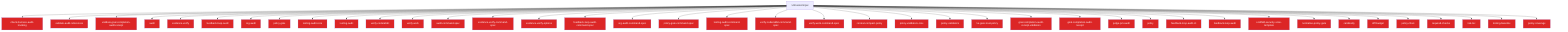
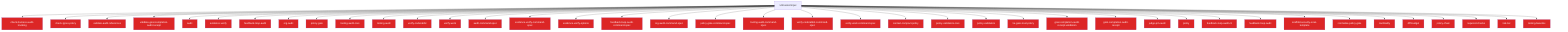
flowchart TD
  Untrusted["Untrusted input"]
  check_harness_audit_tracking_33e6a72e["check-harness-audit-tracking"]
  Untrusted --> check_harness_audit_tracking_33e6a72e
+   check_types_policy_cfbecf01["check-types-policy"]
+   Untrusted --> check_types_policy_cfbecf01
  validate_audit_references_811f872a["validate-audit-references"]
  Untrusted --> validate_audit_references_811f872a
  validate_goal_completion_audit_receipt_100d252c["validate-goal-completion-audit-receipt"]
  Untrusted --> validate_goal_completion_audit_receipt_100d252c
  audit_b81f37a0["audit"]
  Untrusted --> audit_b81f37a0
  evidence_verify_3b73c290["evidence-verify"]
  Untrusted --> evidence_verify_3b73c290
  feedback_loop_audit_0ac0ec9d["feedback-loop-audit"]
  Untrusted --> feedback_loop_audit_0ac0ec9d
  org_audit_d739e44b["org-audit"]
  Untrusted --> org_audit_d739e44b
  policy_gate_213f7313["policy-gate"]
  Untrusted --> policy_gate_213f7313
  tooling_audit_core_328d6a41["tooling-audit-core"]
  Untrusted --> tooling_audit_core_328d6a41
  tooling_audit_8a8239ff["tooling-audit"]
  Untrusted --> tooling_audit_8a8239ff
  verify_coderabbit_490b4e71["verify-coderabbit"]
  Untrusted --> verify_coderabbit_490b4e71
  verify_work_df70ecac["verify-work"]
  Untrusted --> verify_work_df70ecac
  audit_command_spec_5acf0149["audit-command-spec"]
  Untrusted --> audit_command_spec_5acf0149
  evidence_verify_command_spec_e1cbfea2["evidence-verify-command-spec"]
  Untrusted --> evidence_verify_command_spec_e1cbfea2
  evidence_verify_options_3505c520["evidence-verify-options"]
  Untrusted --> evidence_verify_options_3505c520
  feedback_loop_audit_command_spec_27e599c4["feedback-loop-audit-command-spec"]
  Untrusted --> feedback_loop_audit_command_spec_27e599c4
  org_audit_command_spec_1a570341["org-audit-command-spec"]
  Untrusted --> org_audit_command_spec_1a570341
  policy_gate_command_spec_71e8726a["policy-gate-command-spec"]
  Untrusted --> policy_gate_command_spec_71e8726a
  tooling_audit_command_spec_e0e57863["tooling-audit-command-spec"]
  Untrusted --> tooling_audit_command_spec_e0e57863
  verify_coderabbit_command_spec_68cc9ec5["verify-coderabbit-command-spec"]
  Untrusted --> verify_coderabbit_command_spec_68cc9ec5
  verify_work_command_spec_d6c94ac8["verify-work-command-spec"]
  Untrusted --> verify_work_command_spec_d6c94ac8
  context_compact_policy_3dcaf95d["context-compact-policy"]
  Untrusted --> context_compact_policy_3dcaf95d
  policy_validators_core_714a3fe7["policy-validators-core"]
  Untrusted --> policy_validators_core_714a3fe7
  policy_validators_6682e192["policy-validators"]
  Untrusted --> policy_validators_6682e192
  he_gate_trust_policy_b1126dfd["he-gate-trust-policy"]
  Untrusted --> he_gate_trust_policy_b1126dfd
  goal_completion_audit_receipt_validation_9d0f4891["goal-completion-audit-receipt-validation"]
  Untrusted --> goal_completion_audit_receipt_validation_9d0f4891
  goal_completion_audit_receipt_5e4939c3["goal-completion-audit-receipt"]
  Untrusted --> goal_completion_audit_receipt_5e4939c3
  judge_pm_audit_ccd20b35["judge-pm-audit"]
  Untrusted --> judge_pm_audit_ccd20b35
  policy_823412d1["policy"]
  Untrusted --> policy_823412d1
  feedback_loop_audit_cli_fd8f38dc["feedback-loop-audit-cli"]
  Untrusted --> feedback_loop_audit_cli_fd8f38dc
  feedback_loop_audit_1_c7be4304["feedback-loop-audit"]
  Untrusted --> feedback_loop_audit_1_c7be4304
  scaffold_security_scan_template_55bc7465["scaffold-security-scan-template"]
  Untrusted --> scaffold_security_scan_template_55bc7465
  normalise_policy_gate_90229693["normalise-policy-gate"]
  Untrusted --> normalise_policy_gate_90229693
  cardinality_ebef8aff["cardinality"]
  Untrusted --> cardinality_ebef8aff
  diff_budget_1_9f85eb1c["diff-budget"]
  Untrusted --> diff_budget_1_9f85eb1c
  policy_chain_0c92e343["policy-chain"]
  Untrusted --> policy_chain_0c92e343
  required_checks_46396214["required-checks"]
  Untrusted --> required_checks_46396214
  risk_tier_1_96b6ff91["risk-tier"]
  Untrusted --> risk_tier_1_96b6ff91
  tooling_baseline_50ab2eeb["tooling-baseline"]
  Untrusted --> tooling_baseline_50ab2eeb
-   policy_coverage_dab8febe["policy-coverage"]
-   Untrusted --> policy_coverage_dab8febe
  classDef securityNode fill:#dc2626,color:#fff
-   class check_harness_audit_tracking_33e6a72e,validate_audit_references_811f872a,validate_goal_completion_audit_receipt_100d252c,audit_b81f37a0,evidence_verify_3b73c290,feedback_loop_audit_0ac0ec9d,org_audit_d739e44b,policy_gate_213f7313,tooling_audit_core_328d6a41,tooling_audit_8a8239ff,verify_coderabbit_490b4e71,verify_work_df70ecac,audit_command_spec_5acf0149,evidence_verify_command_spec_e1cbfea2,evidence_verify_options_3505c520,feedback_loop_audit_command_spec_27e599c4,org_audit_command_spec_1a570341,policy_gate_command_spec_71e8726a,tooling_audit_command_spec_e0e57863,verify_coderabbit_command_spec_68cc9ec5,verify_work_command_spec_d6c94ac8,context_compact_policy_3dcaf95d,policy_validators_core_714a3fe7,policy_validators_6682e192,he_gate_trust_policy_b1126dfd,goal_completion_audit_receipt_validation_9d0f4891,goal_completion_audit_receipt_5e4939c3,judge_pm_audit_ccd20b35,policy_823412d1,feedback_loop_audit_cli_fd8f38dc,feedback_loop_audit_1_c7be4304,scaffold_security_scan_template_55bc7465,normalise_policy_gate_90229693,cardinality_ebef8aff,diff_budget_1_9f85eb1c,policy_chain_0c92e343,required_checks_46396214,risk_tier_1_96b6ff91,tooling_baseline_50ab2eeb,policy_coverage_dab8febe securityNode
+   class check_harness_audit_tracking_33e6a72e,check_types_policy_cfbecf01,validate_audit_references_811f872a,validate_goal_completion_audit_receipt_100d252c,audit_b81f37a0,evidence_verify_3b73c290,feedback_loop_audit_0ac0ec9d,org_audit_d739e44b,policy_gate_213f7313,tooling_audit_core_328d6a41,tooling_audit_8a8239ff,verify_coderabbit_490b4e71,verify_work_df70ecac,audit_command_spec_5acf0149,evidence_verify_command_spec_e1cbfea2,evidence_verify_options_3505c520,feedback_loop_audit_command_spec_27e599c4,org_audit_command_spec_1a570341,policy_gate_command_spec_71e8726a,tooling_audit_command_spec_e0e57863,verify_coderabbit_command_spec_68cc9ec5,verify_work_command_spec_d6c94ac8,context_compact_policy_3dcaf95d,policy_validators_core_714a3fe7,policy_validators_6682e192,he_gate_trust_policy_b1126dfd,goal_completion_audit_receipt_validation_9d0f4891,goal_completion_audit_receipt_5e4939c3,judge_pm_audit_ccd20b35,policy_823412d1,feedback_loop_audit_cli_fd8f38dc,feedback_loop_audit_1_c7be4304,scaffold_security_scan_template_55bc7465,normalise_policy_gate_90229693,cardinality_ebef8aff,diff_budget_1_9f85eb1c,policy_chain_0c92e343,required_checks_46396214,risk_tier_1_96b6ff91,tooling_baseline_50ab2eeb securityNode
